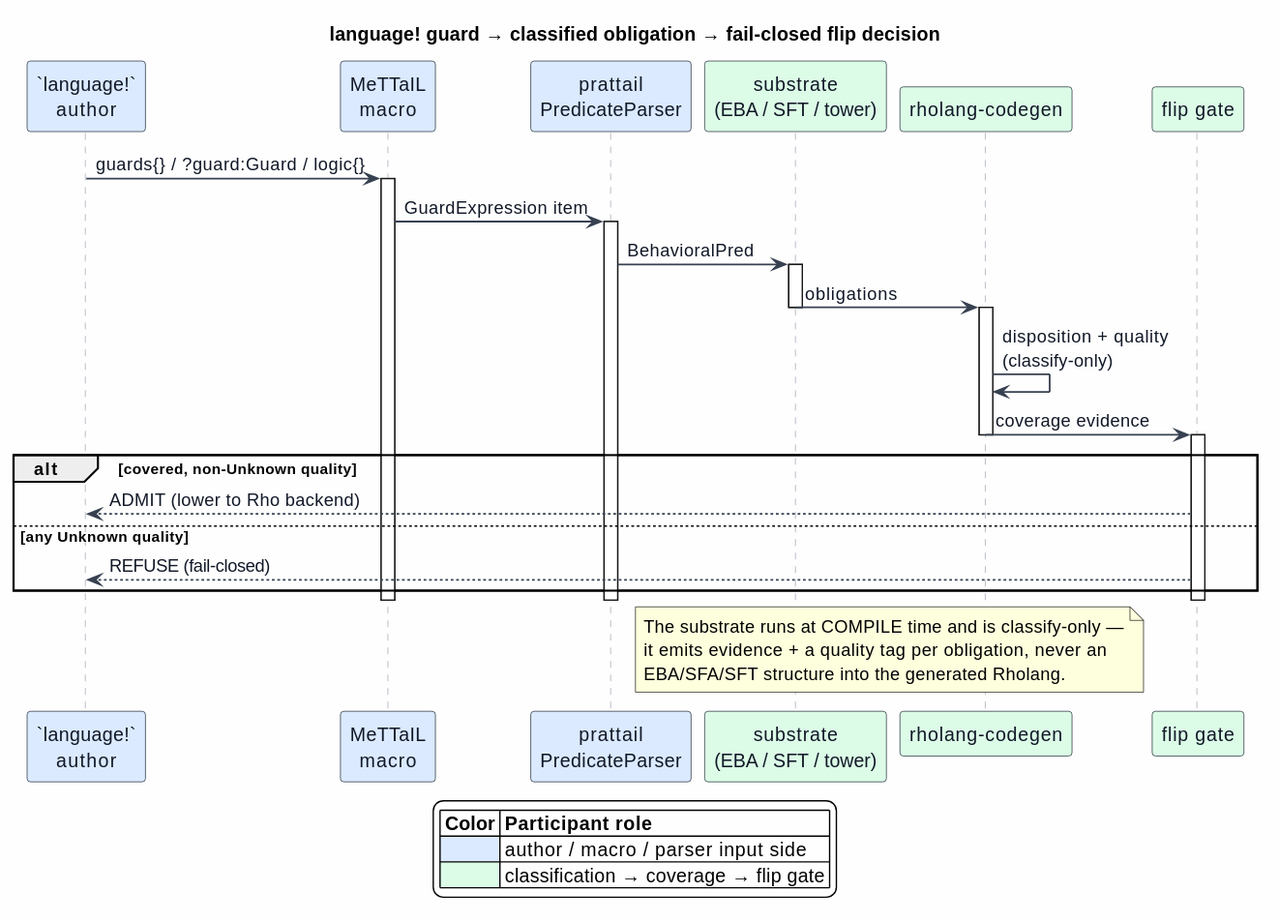
This is docs/architecture/semantic-predicates/figures/07-end-to-end-sequence.svg from F1R3FLY-io/mettail-rust, a PlantUML export, as it was before one commit. The source it was exported from:
```plantuml
@startuml
title language! guard → classified obligation → fail-closed flip decision

skinparam backgroundColor #FEFEFE
skinparam shadowing false
skinparam ArrowColor #374151
skinparam ArrowThickness 1.3
skinparam sequence {
  ParticipantBorderColor #1F2937
  ParticipantFontColor #111827
  LifeLineBorderColor #9CA3AF
  ArrowFontColor #111827
}

participant "`language!`\nauthor" as Author #DBEAFE
participant "MeTTaIL\nmacro" as Macro #DBEAFE
participant "prattail\nPredicateParser" as Parser #DBEAFE
participant "substrate\n(EBA / SFT / tower)" as Sub #DCFCE7
participant "rholang-codegen" as Codegen #DCFCE7
participant "flip gate" as Gate #DCFCE7

Author -> Macro : guards{} / ?guard:Guard / logic{}
activate Macro
Macro -> Parser : GuardExpression item
activate Parser
Parser -> Sub : BehavioralPred
activate Sub
Sub -> Codegen : obligations
deactivate Sub
activate Codegen
Codegen -> Codegen : disposition + quality\n(classify-only)
Codegen -> Gate : coverage evidence
deactivate Codegen
activate Gate

alt covered, non-Unknown quality
  Gate --> Author : ADMIT (lower to Rho backend)
else any Unknown quality
  Gate --> Author : REFUSE (fail-closed)
end
deactivate Gate
deactivate Parser
deactivate Macro

note over Sub, Codegen
  The substrate runs at COMPILE time and is classify-only —
  it emits evidence + a quality tag per obligation, never an
  EBA/SFA/SFT structure into the generated Rholang.
end note

legend bottom
|= Color |= Participant role |
|<#DBEAFE> | author / macro / parser input side |
|<#DCFCE7> | classification → coverage → flip gate |
endlegend
@enduml
```
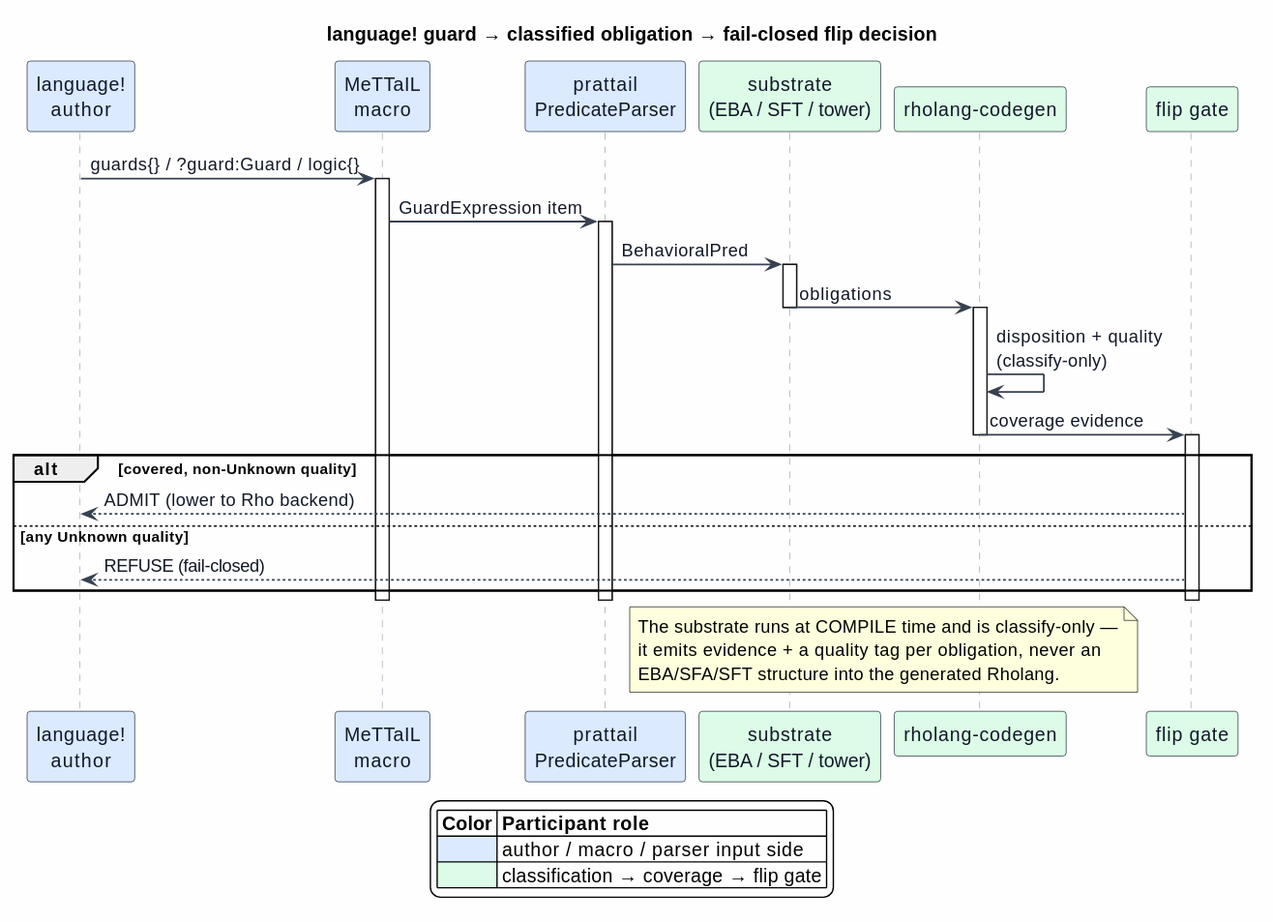
Later version of the same file.

Diff of the diagram source:
```diff
@@ -12,7 +12,7 @@
   ArrowFontColor #111827
 }
 
-participant "`language!`\nauthor" as Author #DBEAFE
+participant "language!\nauthor" as Author #DBEAFE
 participant "MeTTaIL\nmacro" as Macro #DBEAFE
 participant "prattail\nPredicateParser" as Parser #DBEAFE
 participant "substrate\n(EBA / SFT / tower)" as Sub #DCFCE7
```
